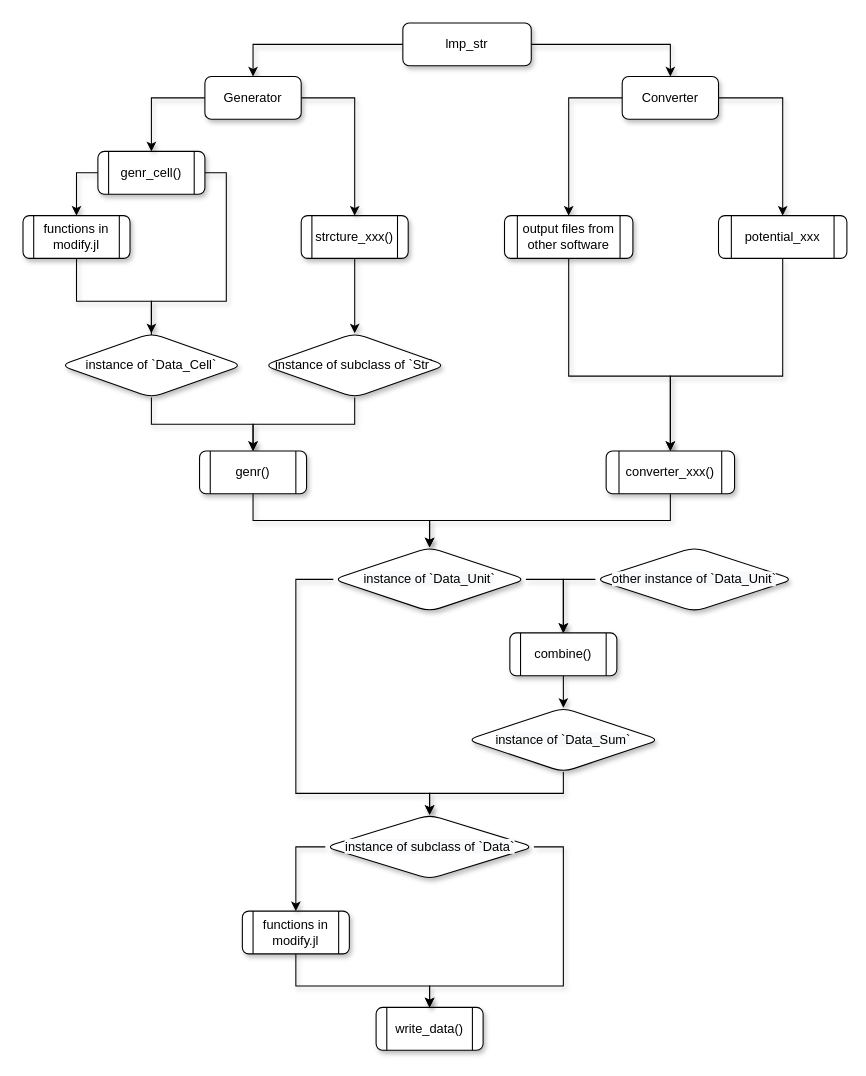
Above: images/flowchart.drawio in zhenyuwei99/lmp_str.jl (draw.io), before the change. Source tidied: cells renumbered, new cells numbered last; positions are measured from the earlier drawing's top-left corner, leaving out a move shared by most shapes. Both pictures are drawn from the tidied source at 107%, with x=0, y=0 at pixel (22, 22).
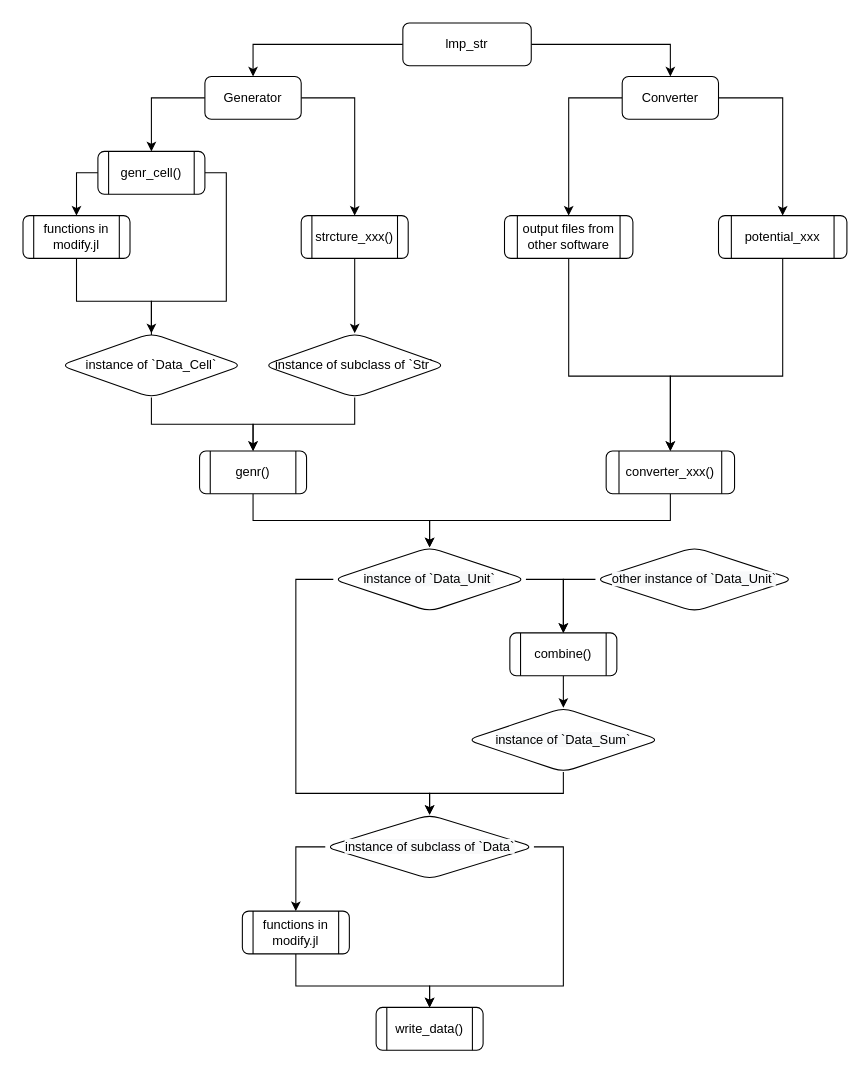
After the change.

Change to the diagram source:
```diff
@@
-    <mxCell id="2" style="edgeStyle=orthogonalEdgeStyle;rounded=0;jettySize=auto;html=1;exitX=0;exitY=0.5;exitDx=0;exitDy=0;entryX=0.5;entryY=0;entryDx=0;entryDy=0;shadow=1;" parent="1" edge="1" source="4" target="18">
+    <mxCell id="2" style="edgeStyle=orthogonalEdgeStyle;rounded=0;jettySize=auto;html=1;exitX=0;exitY=0.5;exitDx=0;exitDy=0;entryX=0.5;entryY=0;entryDx=0;entryDy=0;shadow=0;" parent="1" edge="1" source="4" target="18">
       <mxGeometry relative="1" as="geometry" />
     </mxCell>
-    <mxCell id="3" style="edgeStyle=orthogonalEdgeStyle;rounded=0;jettySize=auto;html=1;exitX=1;exitY=0.5;exitDx=0;exitDy=0;entryX=0.5;entryY=0;entryDx=0;entryDy=0;shadow=1;" parent="1" edge="1" source="4" target="27">
+    <mxCell id="3" style="edgeStyle=orthogonalEdgeStyle;rounded=0;jettySize=auto;html=1;exitX=1;exitY=0.5;exitDx=0;exitDy=0;entryX=0.5;entryY=0;entryDx=0;entryDy=0;shadow=0;" parent="1" edge="1" source="4" target="27">
       <mxGeometry relative="1" as="geometry" />
     </mxCell>
-    <mxCell id="4" value="lmp_str" style="rounded=1;whiteSpace=wrap;html=1;fontSize=12;glass=0;strokeWidth=1;shadow=1;sketch=0;" parent="1" vertex="1">
+    <mxCell id="4" value="lmp_str" style="rounded=1;whiteSpace=wrap;html=1;fontSize=12;glass=0;strokeWidth=1;shadow=0;sketch=0;" parent="1" vertex="1">
       <mxGeometry x="355" width="120" height="40" as="geometry" />
     </mxCell>
-    <mxCell id="5" value="write_data()" style="shape=process;whiteSpace=wrap;html=1;backgroundOutline=1;shadow=1;rounded=1;" parent="1" vertex="1">
+    <mxCell id="5" value="write_data()" style="shape=process;whiteSpace=wrap;html=1;backgroundOutline=1;shadow=0;rounded=1;" parent="1" vertex="1">
       <mxGeometry x="330" y="920" width="100" height="40" as="geometry" />
     </mxCell>
-    <mxCell id="6" style="edgeStyle=orthogonalEdgeStyle;rounded=0;jettySize=auto;html=1;exitX=0;exitY=0.5;exitDx=0;exitDy=0;entryX=0.5;entryY=0;entryDx=0;entryDy=0;shadow=1;" parent="1" edge="1" source="8" target="12">
+    <mxCell id="6" style="edgeStyle=orthogonalEdgeStyle;rounded=0;jettySize=auto;html=1;exitX=0;exitY=0.5;exitDx=0;exitDy=0;entryX=0.5;entryY=0;entryDx=0;entryDy=0;shadow=0;" parent="1" edge="1" source="8" target="12">
       <mxGeometry relative="1" as="geometry" />
     </mxCell>
-    <mxCell id="7" style="edgeStyle=orthogonalEdgeStyle;rounded=0;jettySize=auto;html=1;exitX=1;exitY=0.5;exitDx=0;exitDy=0;entryX=0.5;entryY=0;entryDx=0;entryDy=0;shadow=1;" parent="1" edge="1" source="8" target="20">
+    <mxCell id="7" style="edgeStyle=orthogonalEdgeStyle;rounded=0;jettySize=auto;html=1;exitX=1;exitY=0.5;exitDx=0;exitDy=0;entryX=0.5;entryY=0;entryDx=0;entryDy=0;shadow=0;" parent="1" edge="1" source="8" target="20">
       <mxGeometry relative="1" as="geometry">
         <Array as="points">
           <mxPoint x="190" y="140" />
           <mxPoint x="190" y="260" />
           <mxPoint x="120" y="260" />
         </Array>
       </mxGeometry>
     </mxCell>
-    <mxCell id="8" value="genr_cell()" style="shape=process;whiteSpace=wrap;html=1;backgroundOutline=1;shadow=1;rounded=1;" parent="1" vertex="1">
+    <mxCell id="8" value="genr_cell()" style="shape=process;whiteSpace=wrap;html=1;backgroundOutline=1;shadow=0;rounded=1;" parent="1" vertex="1">
       <mxGeometry x="70" y="120" width="100" height="40" as="geometry" />
     </mxCell>
-    <mxCell id="9" style="edgeStyle=orthogonalEdgeStyle;rounded=0;jettySize=auto;html=1;exitX=0.5;exitY=1;exitDx=0;exitDy=0;entryX=0.5;entryY=0;entryDx=0;entryDy=0;shadow=1;" parent="1" edge="1" source="10" target="22">
+    <mxCell id="9" style="edgeStyle=orthogonalEdgeStyle;rounded=0;jettySize=auto;html=1;exitX=0.5;exitY=1;exitDx=0;exitDy=0;entryX=0.5;entryY=0;entryDx=0;entryDy=0;shadow=0;" parent="1" edge="1" source="10" target="22">
       <mxGeometry relative="1" as="geometry" />
     </mxCell>
-    <mxCell id="10" value="strcture_xxx()" style="shape=process;whiteSpace=wrap;html=1;backgroundOutline=1;shadow=1;rounded=1;" parent="1" vertex="1">
+    <mxCell id="10" value="strcture_xxx()" style="shape=process;whiteSpace=wrap;html=1;backgroundOutline=1;shadow=0;rounded=1;" parent="1" vertex="1">
       <mxGeometry x="260" y="180" width="100" height="40" as="geometry" />
     </mxCell>
-    <mxCell id="11" style="edgeStyle=orthogonalEdgeStyle;rounded=0;jettySize=auto;html=1;exitX=0.5;exitY=1;exitDx=0;exitDy=0;shadow=1;" parent="1" edge="1" source="12">
+    <mxCell id="11" style="edgeStyle=orthogonalEdgeStyle;rounded=0;jettySize=auto;html=1;exitX=0.5;exitY=1;exitDx=0;exitDy=0;shadow=0;" parent="1" edge="1" source="12">
       <mxGeometry relative="1" as="geometry">
         <mxPoint x="120" y="320" as="targetPoint" />
         <Array as="points">
           <mxPoint x="50" y="260" />
           <mxPoint x="120" y="260" />
         </Array>
       </mxGeometry>
     </mxCell>
-    <mxCell id="12" value="functions in modify.jl" style="shape=process;whiteSpace=wrap;html=1;backgroundOutline=1;shadow=1;rounded=1;" parent="1" vertex="1">
+    <mxCell id="12" value="functions in modify.jl" style="shape=process;whiteSpace=wrap;html=1;backgroundOutline=1;shadow=0;rounded=1;" parent="1" vertex="1">
       <mxGeometry y="180" width="100" height="40" as="geometry" />
     </mxCell>
-    <mxCell id="13" style="edgeStyle=orthogonalEdgeStyle;rounded=0;jettySize=auto;html=1;exitX=1;exitY=0.5;exitDx=0;exitDy=0;entryX=0.5;entryY=0;entryDx=0;entryDy=0;shadow=1;" parent="1" edge="1" source="15" target="39">
+    <mxCell id="13" style="edgeStyle=orthogonalEdgeStyle;rounded=0;jettySize=auto;html=1;exitX=1;exitY=0.5;exitDx=0;exitDy=0;entryX=0.5;entryY=0;entryDx=0;entryDy=0;shadow=0;" parent="1" edge="1" source="15" target="39">
       <mxGeometry relative="1" as="geometry" />
     </mxCell>
-    <mxCell id="14" style="edgeStyle=orthogonalEdgeStyle;rounded=0;jettySize=auto;html=1;exitX=0;exitY=0.5;exitDx=0;exitDy=0;shadow=1;" parent="1" edge="1" source="15" target="44">
+    <mxCell id="14" style="edgeStyle=orthogonalEdgeStyle;rounded=0;jettySize=auto;html=1;exitX=0;exitY=0.5;exitDx=0;exitDy=0;shadow=0;" parent="1" edge="1" source="15" target="44">
       <mxGeometry relative="1" as="geometry">
         <Array as="points">
           <mxPoint x="255" y="520" />
           <mxPoint x="255" y="720" />
           <mxPoint x="380" y="720" />
         </Array>
       </mxGeometry>
     </mxCell>
-    <mxCell id="15" value="&lt;span style=&quot;color: rgb(0 , 0 , 0) ; font-family: &amp;#34;helvetica&amp;#34; ; font-size: 12px ; font-style: normal ; font-weight: 400 ; letter-spacing: normal ; text-align: center ; text-indent: 0px ; text-transform: none ; word-spacing: 0px ; background-color: rgb(248 , 249 , 250) ; display: inline ; float: none&quot;&gt;instance of `Data_Unit`&lt;/span&gt;" style="rhombus;whiteSpace=wrap;html=1;rounded=1;sketch=0;shadow=1;" parent="1" vertex="1">
+    <mxCell id="15" value="&lt;span style=&quot;color: rgb(0 , 0 , 0) ; font-family: &amp;#34;helvetica&amp;#34; ; font-size: 12px ; font-style: normal ; font-weight: 400 ; letter-spacing: normal ; text-align: center ; text-indent: 0px ; text-transform: none ; word-spacing: 0px ; background-color: rgb(248 , 249 , 250) ; display: inline ; float: none&quot;&gt;instance of `Data_Unit`&lt;/span&gt;" style="rhombus;whiteSpace=wrap;html=1;rounded=1;sketch=0;shadow=0;" parent="1" vertex="1">
       <mxGeometry x="290" y="490" width="180" height="60" as="geometry" />
     </mxCell>
-    <mxCell id="16" style="edgeStyle=orthogonalEdgeStyle;rounded=0;jettySize=auto;html=1;exitX=0;exitY=0.5;exitDx=0;exitDy=0;entryX=0.5;entryY=0;entryDx=0;entryDy=0;shadow=1;" parent="1" edge="1" source="18" target="8">
+    <mxCell id="16" style="edgeStyle=orthogonalEdgeStyle;rounded=0;jettySize=auto;html=1;exitX=0;exitY=0.5;exitDx=0;exitDy=0;entryX=0.5;entryY=0;entryDx=0;entryDy=0;shadow=0;" parent="1" edge="1" source="18" target="8">
       <mxGeometry relative="1" as="geometry" />
     </mxCell>
-    <mxCell id="17" style="edgeStyle=orthogonalEdgeStyle;rounded=0;jettySize=auto;html=1;exitX=1;exitY=0.5;exitDx=0;exitDy=0;entryX=0.5;entryY=0;entryDx=0;entryDy=0;shadow=1;" parent="1" edge="1" source="18" target="10">
+    <mxCell id="17" style="edgeStyle=orthogonalEdgeStyle;rounded=0;jettySize=auto;html=1;exitX=1;exitY=0.5;exitDx=0;exitDy=0;entryX=0.5;entryY=0;entryDx=0;entryDy=0;shadow=0;" parent="1" edge="1" source="18" target="10">
       <mxGeometry relative="1" as="geometry" />
     </mxCell>
-    <mxCell id="18" value="Generator" style="rounded=1;whiteSpace=wrap;html=1;sketch=0;shadow=1;" parent="1" vertex="1">
+    <mxCell id="18" value="Generator" style="rounded=1;whiteSpace=wrap;html=1;sketch=0;shadow=0;" parent="1" vertex="1">
       <mxGeometry x="170" y="50" width="90" height="40" as="geometry" />
     </mxCell>
-    <mxCell id="19" style="edgeStyle=orthogonalEdgeStyle;rounded=0;jettySize=auto;html=1;exitX=0.5;exitY=1;exitDx=0;exitDy=0;entryX=0.5;entryY=0;entryDx=0;entryDy=0;shadow=1;" parent="1" edge="1" source="20" target="24">
+    <mxCell id="19" style="edgeStyle=orthogonalEdgeStyle;rounded=0;jettySize=auto;html=1;exitX=0.5;exitY=1;exitDx=0;exitDy=0;entryX=0.5;entryY=0;entryDx=0;entryDy=0;shadow=0;" parent="1" edge="1" source="20" target="24">
       <mxGeometry relative="1" as="geometry" />
     </mxCell>
-    <mxCell id="20" value="instance of `Data_Cell`" style="rhombus;whiteSpace=wrap;html=1;rounded=1;sketch=0;shadow=1;" parent="1" vertex="1">
+    <mxCell id="20" value="instance of `Data_Cell`" style="rhombus;whiteSpace=wrap;html=1;rounded=1;sketch=0;shadow=0;" parent="1" vertex="1">
       <mxGeometry x="35" y="290" width="170" height="60" as="geometry" />
     </mxCell>
-    <mxCell id="21" style="edgeStyle=orthogonalEdgeStyle;rounded=0;jettySize=auto;html=1;exitX=0.5;exitY=1;exitDx=0;exitDy=0;shadow=1;" parent="1" edge="1" source="22" target="24">
+    <mxCell id="21" style="edgeStyle=orthogonalEdgeStyle;rounded=0;jettySize=auto;html=1;exitX=0.5;exitY=1;exitDx=0;exitDy=0;shadow=0;" parent="1" edge="1" source="22" target="24">
       <mxGeometry relative="1" as="geometry" />
     </mxCell>
-    <mxCell id="22" value="instance of subclass of `Str`" style="rhombus;whiteSpace=wrap;html=1;rounded=1;sketch=0;shadow=1;" parent="1" vertex="1">
+    <mxCell id="22" value="instance of subclass of `Str`" style="rhombus;whiteSpace=wrap;html=1;rounded=1;sketch=0;shadow=0;" parent="1" vertex="1">
       <mxGeometry x="225" y="290" width="170" height="60" as="geometry" />
     </mxCell>
-    <mxCell id="23" style="edgeStyle=orthogonalEdgeStyle;rounded=0;jettySize=auto;html=1;exitX=0.5;exitY=1;exitDx=0;exitDy=0;shadow=1;" parent="1" edge="1" source="24" target="15">
+    <mxCell id="23" style="edgeStyle=orthogonalEdgeStyle;rounded=0;jettySize=auto;html=1;exitX=0.5;exitY=1;exitDx=0;exitDy=0;shadow=0;" parent="1" edge="1" source="24" target="15">
       <mxGeometry relative="1" as="geometry" />
     </mxCell>
-    <mxCell id="24" value="genr()" style="shape=process;whiteSpace=wrap;html=1;backgroundOutline=1;rounded=1;sketch=0;shadow=1;" parent="1" vertex="1">
+    <mxCell id="24" value="genr()" style="shape=process;whiteSpace=wrap;html=1;backgroundOutline=1;rounded=1;sketch=0;shadow=0;" parent="1" vertex="1">
       <mxGeometry x="165" y="400" width="100" height="40" as="geometry" />
     </mxCell>
-    <mxCell id="25" style="edgeStyle=orthogonalEdgeStyle;rounded=0;jettySize=auto;html=1;exitX=0;exitY=0.5;exitDx=0;exitDy=0;entryX=0.5;entryY=0;entryDx=0;entryDy=0;shadow=1;" parent="1" edge="1" source="27" target="31">
+    <mxCell id="25" style="edgeStyle=orthogonalEdgeStyle;rounded=0;jettySize=auto;html=1;exitX=0;exitY=0.5;exitDx=0;exitDy=0;entryX=0.5;entryY=0;entryDx=0;entryDy=0;shadow=0;" parent="1" edge="1" source="27" target="31">
       <mxGeometry relative="1" as="geometry" />
     </mxCell>
-    <mxCell id="26" style="edgeStyle=orthogonalEdgeStyle;rounded=0;jettySize=auto;html=1;exitX=1;exitY=0.5;exitDx=0;exitDy=0;shadow=1;" parent="1" edge="1" source="27" target="33">
+    <mxCell id="26" style="edgeStyle=orthogonalEdgeStyle;rounded=0;jettySize=auto;html=1;exitX=1;exitY=0.5;exitDx=0;exitDy=0;shadow=0;" parent="1" edge="1" source="27" target="33">
       <mxGeometry relative="1" as="geometry" />
     </mxCell>
-    <mxCell id="27" value="Converter" style="rounded=1;whiteSpace=wrap;html=1;sketch=0;shadow=1;" parent="1" vertex="1">
+    <mxCell id="27" value="Converter" style="rounded=1;whiteSpace=wrap;html=1;sketch=0;shadow=0;" parent="1" vertex="1">
       <mxGeometry x="560" y="50" width="90" height="40" as="geometry" />
     </mxCell>
-    <mxCell id="28" style="edgeStyle=orthogonalEdgeStyle;rounded=0;jettySize=auto;html=1;exitX=0.5;exitY=1;exitDx=0;exitDy=0;shadow=1;" parent="1" edge="1" source="29" target="5">
+    <mxCell id="28" style="edgeStyle=orthogonalEdgeStyle;rounded=0;jettySize=auto;html=1;exitX=0.5;exitY=1;exitDx=0;exitDy=0;shadow=0;" parent="1" edge="1" source="29" target="5">
       <mxGeometry relative="1" as="geometry">
         <Array as="points">
           <mxPoint x="255" y="900" />
           <mxPoint x="380" y="900" />
         </Array>
       </mxGeometry>
     </mxCell>
-    <mxCell id="29" value="functions in modify.jl" style="shape=process;whiteSpace=wrap;html=1;backgroundOutline=1;rounded=1;sketch=0;gradientColor=none;shadow=1;" parent="1" vertex="1">
+    <mxCell id="29" value="functions in modify.jl" style="shape=process;whiteSpace=wrap;html=1;backgroundOutline=1;rounded=1;sketch=0;gradientColor=none;shadow=0;" parent="1" vertex="1">
       <mxGeometry x="205" y="830" width="100" height="40" as="geometry" />
     </mxCell>
-    <mxCell id="30" style="edgeStyle=orthogonalEdgeStyle;rounded=0;jettySize=auto;html=1;exitX=0.5;exitY=1;exitDx=0;exitDy=0;entryX=0.5;entryY=0;entryDx=0;entryDy=0;shadow=1;" parent="1" edge="1" source="31" target="35">
+    <mxCell id="30" style="edgeStyle=orthogonalEdgeStyle;rounded=0;jettySize=auto;html=1;exitX=0.5;exitY=1;exitDx=0;exitDy=0;entryX=0.5;entryY=0;entryDx=0;entryDy=0;shadow=0;" parent="1" edge="1" source="31" target="35">
       <mxGeometry relative="1" as="geometry">
         <Array as="points">
           <mxPoint x="510" y="330" />
           <mxPoint x="605" y="330" />
         </Array>
       </mxGeometry>
     </mxCell>
-    <mxCell id="31" value="output files from other software" style="shape=process;whiteSpace=wrap;html=1;backgroundOutline=1;rounded=1;sketch=0;gradientColor=none;shadow=1;" parent="1" vertex="1">
+    <mxCell id="31" value="output files from other software" style="shape=process;whiteSpace=wrap;html=1;backgroundOutline=1;rounded=1;sketch=0;gradientColor=none;shadow=0;" parent="1" vertex="1">
       <mxGeometry x="450" y="180" width="120" height="40" as="geometry" />
     </mxCell>
-    <mxCell id="32" style="edgeStyle=orthogonalEdgeStyle;rounded=0;jettySize=auto;html=1;exitX=0.5;exitY=1;exitDx=0;exitDy=0;shadow=1;" parent="1" edge="1" source="33" target="35">
+    <mxCell id="32" style="edgeStyle=orthogonalEdgeStyle;rounded=0;jettySize=auto;html=1;exitX=0.5;exitY=1;exitDx=0;exitDy=0;shadow=0;" parent="1" edge="1" source="33" target="35">
       <mxGeometry relative="1" as="geometry">
         <Array as="points">
           <mxPoint x="710" y="330" />
           <mxPoint x="605" y="330" />
         </Array>
       </mxGeometry>
     </mxCell>
-    <mxCell id="33" value="potential_xxx" style="shape=process;whiteSpace=wrap;html=1;backgroundOutline=1;rounded=1;sketch=0;gradientColor=none;" parent="1" vertex="1">
+    <mxCell id="33" value="potential_xxx" style="shape=process;whiteSpace=wrap;html=1;backgroundOutline=1;rounded=1;sketch=0;gradientColor=none;shadow=0;" parent="1" vertex="1">
       <mxGeometry x="650" y="180" width="120" height="40" as="geometry" />
     </mxCell>
-    <mxCell id="34" style="edgeStyle=orthogonalEdgeStyle;rounded=0;jettySize=auto;html=1;exitX=0.5;exitY=1;exitDx=0;exitDy=0;entryX=0.5;entryY=0;entryDx=0;entryDy=0;shadow=1;" parent="1" edge="1" source="35" target="15">
+    <mxCell id="34" style="edgeStyle=orthogonalEdgeStyle;rounded=0;jettySize=auto;html=1;exitX=0.5;exitY=1;exitDx=0;exitDy=0;entryX=0.5;entryY=0;entryDx=0;entryDy=0;shadow=0;" parent="1" edge="1" source="35" target="15">
       <mxGeometry relative="1" as="geometry" />
     </mxCell>
-    <mxCell id="35" value="converter_xxx()" style="shape=process;whiteSpace=wrap;html=1;backgroundOutline=1;rounded=1;sketch=0;gradientColor=none;shadow=1;" parent="1" vertex="1">
+    <mxCell id="35" value="converter_xxx()" style="shape=process;whiteSpace=wrap;html=1;backgroundOutline=1;rounded=1;sketch=0;gradientColor=none;shadow=0;" parent="1" vertex="1">
       <mxGeometry x="545" y="400" width="120" height="40" as="geometry" />
     </mxCell>
-    <mxCell id="36" style="edgeStyle=orthogonalEdgeStyle;rounded=0;jettySize=auto;html=1;exitX=0;exitY=0.5;exitDx=0;exitDy=0;entryX=0.5;entryY=0;entryDx=0;entryDy=0;shadow=1;" parent="1" edge="1" source="37" target="39">
+    <mxCell id="36" style="edgeStyle=orthogonalEdgeStyle;rounded=0;jettySize=auto;html=1;exitX=0;exitY=0.5;exitDx=0;exitDy=0;entryX=0.5;entryY=0;entryDx=0;entryDy=0;shadow=0;" parent="1" edge="1" source="37" target="39">
       <mxGeometry relative="1" as="geometry" />
     </mxCell>
-    <mxCell id="37" value="&lt;span style=&quot;color: rgb(0 , 0 , 0) ; font-family: &amp;#34;helvetica&amp;#34; ; font-size: 12px ; font-style: normal ; font-weight: 400 ; letter-spacing: normal ; text-align: center ; text-indent: 0px ; text-transform: none ; word-spacing: 0px ; background-color: rgb(248 , 249 , 250) ; display: inline ; float: none&quot;&gt;other instance of `Data_Unit`&lt;/span&gt;" style="rhombus;whiteSpace=wrap;html=1;rounded=1;sketch=0;shadow=1;" parent="1" vertex="1">
+    <mxCell id="37" value="&lt;span style=&quot;color: rgb(0 , 0 , 0) ; font-family: &amp;#34;helvetica&amp;#34; ; font-size: 12px ; font-style: normal ; font-weight: 400 ; letter-spacing: normal ; text-align: center ; text-indent: 0px ; text-transform: none ; word-spacing: 0px ; background-color: rgb(248 , 249 , 250) ; display: inline ; float: none&quot;&gt;other instance of `Data_Unit`&lt;/span&gt;" style="rhombus;whiteSpace=wrap;html=1;rounded=1;sketch=0;shadow=0;" parent="1" vertex="1">
       <mxGeometry x="535" y="490" width="185" height="60" as="geometry" />
     </mxCell>
-    <mxCell id="38" style="edgeStyle=orthogonalEdgeStyle;rounded=0;jettySize=auto;html=1;exitX=0.5;exitY=1;exitDx=0;exitDy=0;entryX=0.5;entryY=0;entryDx=0;entryDy=0;shadow=1;" parent="1" edge="1" source="39" target="41">
+    <mxCell id="38" style="edgeStyle=orthogonalEdgeStyle;rounded=0;jettySize=auto;html=1;exitX=0.5;exitY=1;exitDx=0;exitDy=0;entryX=0.5;entryY=0;entryDx=0;entryDy=0;shadow=0;" parent="1" edge="1" source="39" target="41">
       <mxGeometry relative="1" as="geometry" />
     </mxCell>
-    <mxCell id="39" value="combine()" style="shape=process;whiteSpace=wrap;html=1;backgroundOutline=1;rounded=1;sketch=0;gradientColor=none;shadow=1;" parent="1" vertex="1">
+    <mxCell id="39" value="combine()" style="shape=process;whiteSpace=wrap;html=1;backgroundOutline=1;rounded=1;sketch=0;gradientColor=none;shadow=0;" parent="1" vertex="1">
       <mxGeometry x="455" y="570" width="100" height="40" as="geometry" />
     </mxCell>
-    <mxCell id="40" style="edgeStyle=orthogonalEdgeStyle;rounded=0;jettySize=auto;html=1;exitX=0.5;exitY=1;exitDx=0;exitDy=0;shadow=1;" parent="1" edge="1" source="41" target="44">
+    <mxCell id="40" style="edgeStyle=orthogonalEdgeStyle;rounded=0;jettySize=auto;html=1;exitX=0.5;exitY=1;exitDx=0;exitDy=0;shadow=0;" parent="1" edge="1" source="41" target="44">
       <mxGeometry relative="1" as="geometry" />
     </mxCell>
-    <mxCell id="41" value="&lt;span style=&quot;color: rgb(0 , 0 , 0) ; font-family: &amp;#34;helvetica&amp;#34; ; font-size: 12px ; font-style: normal ; font-weight: 400 ; letter-spacing: normal ; text-align: center ; text-indent: 0px ; text-transform: none ; word-spacing: 0px ; background-color: rgb(248 , 249 , 250) ; display: inline ; float: none&quot;&gt;instance of `Data_Sum`&lt;/span&gt;" style="rhombus;whiteSpace=wrap;html=1;rounded=1;sketch=0;shadow=1;" parent="1" vertex="1">
+    <mxCell id="41" value="&lt;span style=&quot;color: rgb(0 , 0 , 0) ; font-family: &amp;#34;helvetica&amp;#34; ; font-size: 12px ; font-style: normal ; font-weight: 400 ; letter-spacing: normal ; text-align: center ; text-indent: 0px ; text-transform: none ; word-spacing: 0px ; background-color: rgb(248 , 249 , 250) ; display: inline ; float: none&quot;&gt;instance of `Data_Sum`&lt;/span&gt;" style="rhombus;whiteSpace=wrap;html=1;rounded=1;sketch=0;shadow=0;" parent="1" vertex="1">
       <mxGeometry x="415" y="640" width="180" height="60" as="geometry" />
     </mxCell>
-    <mxCell id="42" style="edgeStyle=orthogonalEdgeStyle;rounded=0;jettySize=auto;html=1;exitX=0;exitY=0.5;exitDx=0;exitDy=0;entryX=0.5;entryY=0;entryDx=0;entryDy=0;shadow=1;" parent="1" edge="1" source="44" target="29">
+    <mxCell id="42" style="edgeStyle=orthogonalEdgeStyle;rounded=0;jettySize=auto;html=1;exitX=0;exitY=0.5;exitDx=0;exitDy=0;entryX=0.5;entryY=0;entryDx=0;entryDy=0;shadow=0;" parent="1" edge="1" source="44" target="29">
       <mxGeometry relative="1" as="geometry" />
     </mxCell>
-    <mxCell id="43" style="edgeStyle=orthogonalEdgeStyle;rounded=0;jettySize=auto;html=1;exitX=1;exitY=0.5;exitDx=0;exitDy=0;entryX=0.5;entryY=0;entryDx=0;entryDy=0;shadow=1;" parent="1" edge="1" source="44" target="5">
+    <mxCell id="43" style="edgeStyle=orthogonalEdgeStyle;rounded=0;jettySize=auto;html=1;exitX=1;exitY=0.5;exitDx=0;exitDy=0;entryX=0.5;entryY=0;entryDx=0;entryDy=0;shadow=0;" parent="1" edge="1" source="44" target="5">
       <mxGeometry relative="1" as="geometry">
         <Array as="points">
           <mxPoint x="505" y="770" />
           <mxPoint x="505" y="900" />
           <mxPoint x="380" y="900" />
         </Array>
       </mxGeometry>
     </mxCell>
-    <mxCell id="44" value="&lt;span style=&quot;color: rgb(0 , 0 , 0) ; font-family: &amp;#34;helvetica&amp;#34; ; font-size: 12px ; font-style: normal ; font-weight: 400 ; letter-spacing: normal ; text-align: center ; text-indent: 0px ; text-transform: none ; word-spacing: 0px ; background-color: rgb(248 , 249 , 250) ; display: inline ; float: none&quot;&gt;instance of subclass of `Data`&lt;/span&gt;" style="rhombus;whiteSpace=wrap;html=1;rounded=1;sketch=0;shadow=1;" parent="1" vertex="1">
+    <mxCell id="44" value="&lt;span style=&quot;color: rgb(0 , 0 , 0) ; font-family: &amp;#34;helvetica&amp;#34; ; font-size: 12px ; font-style: normal ; font-weight: 400 ; letter-spacing: normal ; text-align: center ; text-indent: 0px ; text-transform: none ; word-spacing: 0px ; background-color: rgb(248 , 249 , 250) ; display: inline ; float: none&quot;&gt;instance of subclass of `Data`&lt;/span&gt;" style="rhombus;whiteSpace=wrap;html=1;rounded=1;sketch=0;shadow=0;" parent="1" vertex="1">
       <mxGeometry x="282.5" y="740" width="195" height="60" as="geometry" />
     </mxCell>
```
